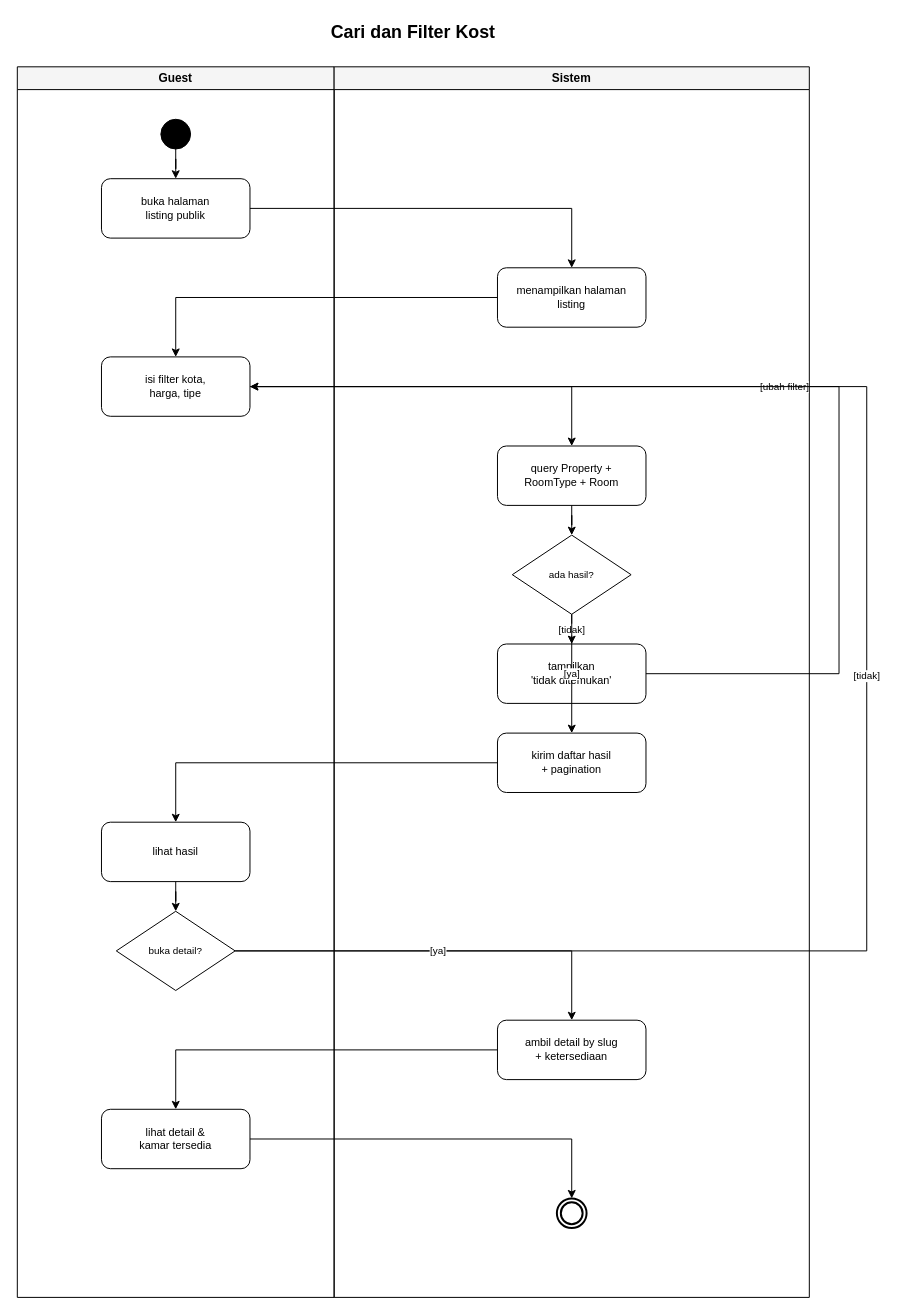
The draw.io diagram page "4. Cari & Filter Kost (Listing Publik)" (4 of 11) of docs/diagram/Activity-Ngekost.drawio in nfl-alvis/NgeKos, before the edit. Source tidied: cells renumbered, new cells numbered last; positions are measured from the earlier drawing's top-left corner, leaving out a move shared by most shapes. Both pictures are drawn from the tidied source at 99%, with x=0, y=0 at pixel (17, 17).
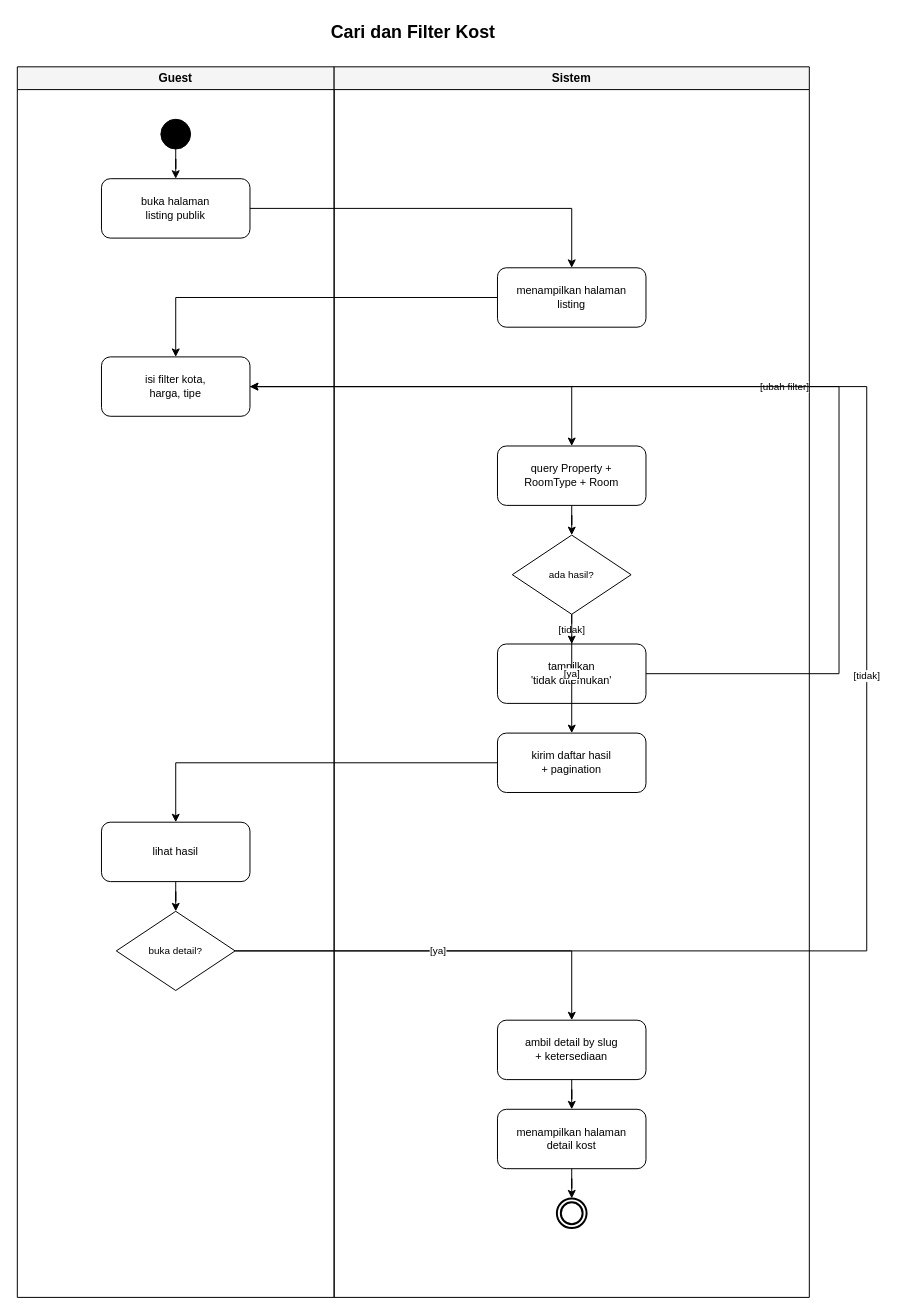
Above is the later version.

Commit message (it also covers changes not shown here):
fix(diagram): patuhi pola referensi — semua jalur berakhir lewat aksi 'menampilkan …' di lane Sistem sebelum final node

The change refers to these unchanged cells:
```xml
<mxCell id="3" value="Guest" style="swimlane;whiteSpace=wrap;html=1;startSize=23;horizontal=1;fontStyle=1;fontSize=12;fillColor=#f5f5f5;strokeColor=#000000;" parent="1" vertex="1">
  <mxGeometry y="50" width="320" height="1243" as="geometry" />
</mxCell>
<mxCell id="4" value="Sistem" style="swimlane;whiteSpace=wrap;html=1;startSize=23;horizontal=1;fontStyle=1;fontSize=12;fillColor=#f5f5f5;strokeColor=#000000;" parent="1" vertex="1">
  <mxGeometry x="320" y="50" width="480" height="1243" as="geometry" />
</mxCell>
<mxCell id="15" value="ambil detail by slug&#10;+ ketersediaan" style="rounded=1;whiteSpace=wrap;html=1;fillColor=#FFFFFF;strokeColor=#000000;fontSize=11;" parent="4" vertex="1">
  <mxGeometry x="165" y="963" width="150" height="60" as="geometry" />
</mxCell>
<mxCell id="17" style="ellipse;html=1;shape=endState;fillColor=#FFFFFF;strokeColor=#000000;strokeWidth=2;" parent="4" vertex="1">
  <mxGeometry x="225" y="1143" width="30" height="30" as="geometry" />
</mxCell>
```

The edit, as a diff of the source:
```diff
@@
-    <mxCell id="16" value="lihat detail &amp;&#10;kamar tersedia" style="rounded=1;whiteSpace=wrap;html=1;fillColor=#FFFFFF;strokeColor=#000000;fontSize=11;" parent="3" vertex="1">
-      <mxGeometry x="85" y="1053" width="150" height="60" as="geometry" />
+    <mxCell id="16" value="menampilkan halaman&#10;detail kost" style="rounded=1;whiteSpace=wrap;html=1;fillColor=#FFFFFF;strokeColor=#000000;fontSize=11;" parent="4" vertex="1">
+      <mxGeometry x="165" y="1053" width="150" height="60" as="geometry" />
     </mxCell>
@@
-    <mxCell id="30" style="edgeStyle=orthogonalEdgeStyle;rounded=0;jettySize=auto;html=1;strokeColor=#000000;fontSize=10;" parent="1" edge="1" source="15" target="16">
+    <mxCell id="30" style="edgeStyle=orthogonalEdgeStyle;rounded=0;jettySize=auto;html=1;strokeColor=#000000;fontSize=10;" parent="4" edge="1" source="15" target="16">
       <mxGeometry relative="1" as="geometry" />
     </mxCell>
-    <mxCell id="31" style="edgeStyle=orthogonalEdgeStyle;rounded=0;jettySize=auto;html=1;strokeColor=#000000;fontSize=10;" parent="1" edge="1" source="16" target="17">
+    <mxCell id="31" style="edgeStyle=orthogonalEdgeStyle;rounded=0;jettySize=auto;html=1;strokeColor=#000000;fontSize=10;" parent="4" edge="1" source="16" target="17">
       <mxGeometry relative="1" as="geometry" />
     </mxCell>
```
